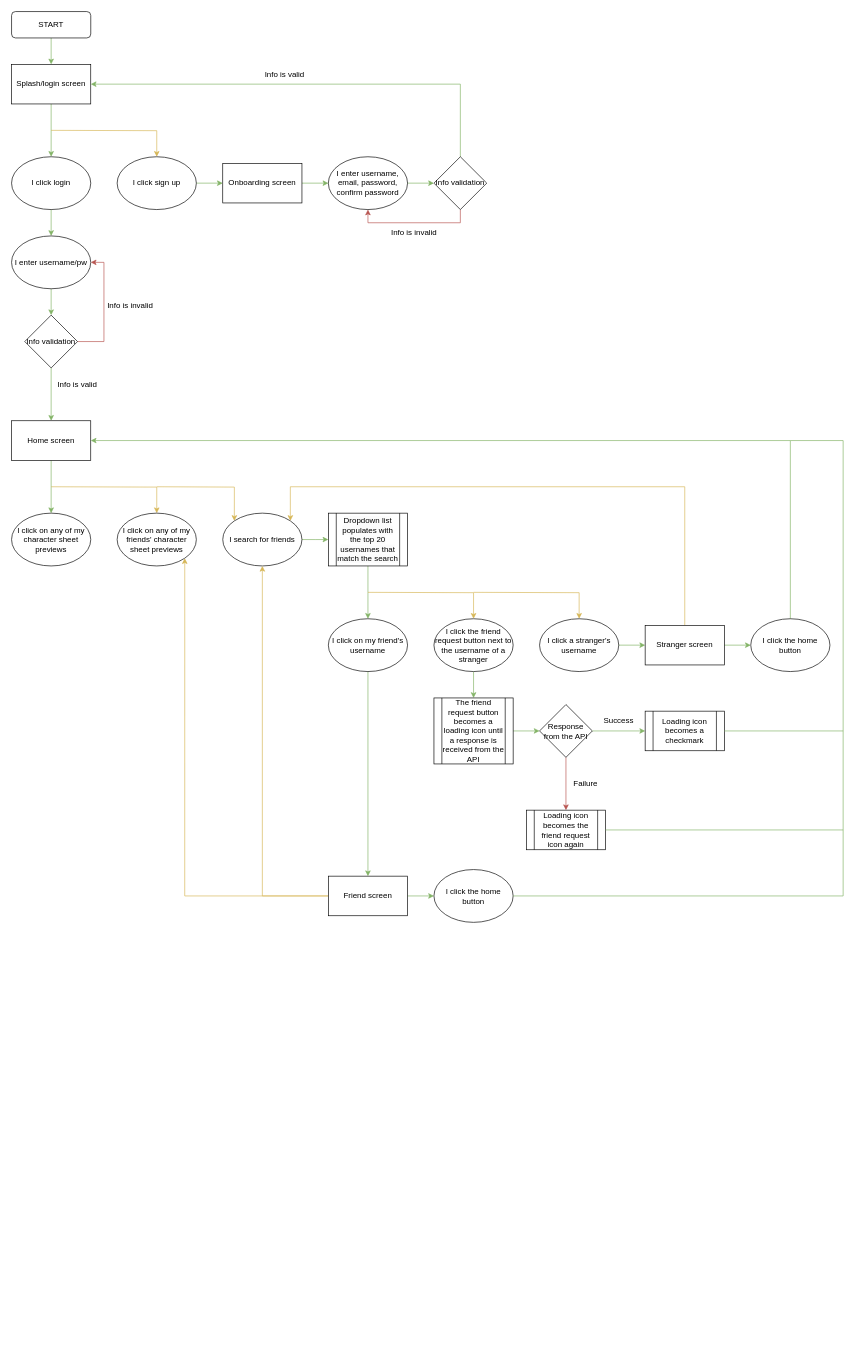
Above: Untitled Diagram.drawio in Camburgaler/dark-souls-char-sheet (draw.io), before the change. Source tidied: cells renumbered, new cells numbered last; positions are measured from the earlier drawing's top-left corner, leaving out a move shared by most shapes. Both pictures are drawn from the tidied source at 66%, with x=0, y=0 at pixel (11, 11).
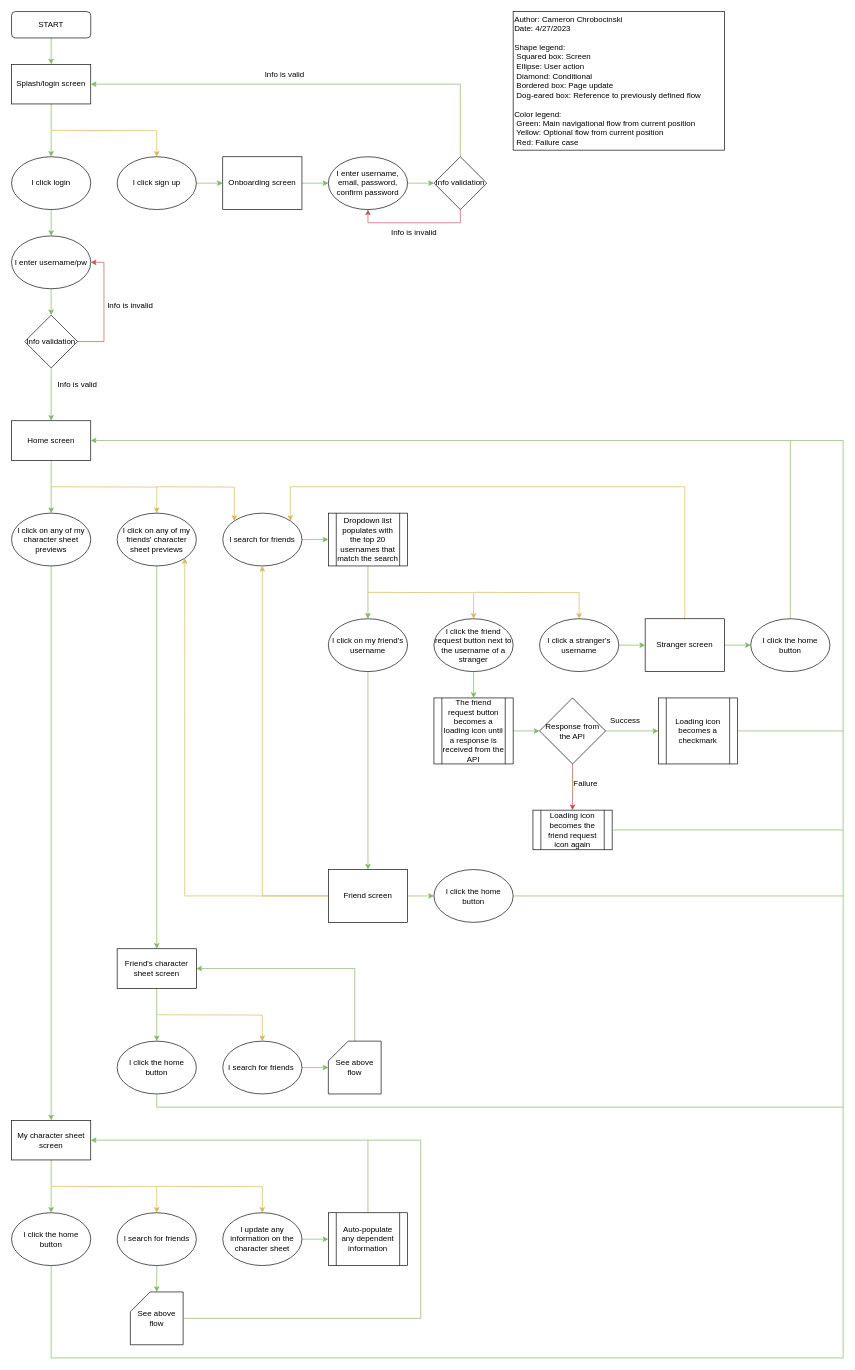
Above is the later version.

Commit message:
first draft of user flowchart done

Unchanged cells that the change refers to:
```xml
<mxCell id="26" value="I click on any of my character sheet previews" style="ellipse;whiteSpace=wrap;html=1;" parent="1" vertex="1">
  <mxGeometry y="760" width="120" height="80" as="geometry" />
</mxCell>
<mxCell id="29" value="I click on any of my friends' character sheet previews" style="ellipse;whiteSpace=wrap;html=1;" parent="1" vertex="1">
  <mxGeometry x="160" y="760" width="120" height="80" as="geometry" />
</mxCell>
```

The edit, as a diff of the source:
```diff
@@
     <mxCell id="14" value="Onboarding screen" style="rounded=0;whiteSpace=wrap;html=1;" parent="1" vertex="1">
-      <mxGeometry x="320" y="230" width="120" height="60" as="geometry" />
+      <mxGeometry x="320" y="220" width="120" height="80" as="geometry" />
     </mxCell>
@@
+    <mxCell id="67" style="edgeStyle=orthogonalEdgeStyle;rounded=0;jettySize=auto;html=1;entryX=0.5;entryY=0;entryDx=0;entryDy=0;fillColor=#d5e8d4;strokeColor=#82b366;" parent="1" edge="1" source="26" target="81">
+      <mxGeometry relative="1" as="geometry" />
+    </mxCell>
@@
+    <mxCell id="68" style="edgeStyle=orthogonalEdgeStyle;rounded=0;jettySize=auto;html=1;entryX=0.5;entryY=0;entryDx=0;entryDy=0;fillColor=#d5e8d4;strokeColor=#82b366;" parent="1" edge="1" source="29" target="71">
+      <mxGeometry relative="1" as="geometry" />
+    </mxCell>
@@
     <mxCell id="47" value="Stranger screen" style="rounded=0;whiteSpace=wrap;html=1;" parent="1" vertex="1">
-      <mxGeometry x="960" y="930" width="120" height="60" as="geometry" />
+      <mxGeometry x="960" y="920" width="120" height="80" as="geometry" />
     </mxCell>
@@
     <mxCell id="54" value="Response from the API" style="rhombus;whiteSpace=wrap;html=1;" parent="1" vertex="1">
-      <mxGeometry x="800" y="1050" width="80" height="80" as="geometry" />
+      <mxGeometry x="800" y="1040" width="100" height="100" as="geometry" />
     </mxCell>
     <mxCell id="55" value="Loading icon becomes a checkmark" style="shape=process;whiteSpace=wrap;html=1;backgroundOutline=1;" parent="1" vertex="1">
-      <mxGeometry x="960" y="1060" width="120" height="60" as="geometry" />
+      <mxGeometry x="980" y="1040" width="120" height="100" as="geometry" />
     </mxCell>
     <mxCell id="56" value="Loading icon becomes the friend request icon again" style="shape=process;whiteSpace=wrap;html=1;backgroundOutline=1;" parent="1" vertex="1">
-      <mxGeometry x="780" y="1210" width="120" height="60" as="geometry" />
+      <mxGeometry x="790" y="1210" width="120" height="60" as="geometry" />
     </mxCell>
     <mxCell id="57" value="Success" style="text;html=1;strokeColor=none;fillColor=none;align=center;verticalAlign=middle;whiteSpace=wrap;rounded=0;" parent="1" vertex="1">
-      <mxGeometry x="890" y="1060" width="60" height="30" as="geometry" />
+      <mxGeometry x="900" y="1060" width="60" height="30" as="geometry" />
     </mxCell>
@@
     <mxCell id="64" value="Friend screen" style="rounded=0;whiteSpace=wrap;html=1;" parent="1" vertex="1">
-      <mxGeometry x="480" y="1310" width="120" height="60" as="geometry" />
+      <mxGeometry x="480" y="1300" width="120" height="80" as="geometry" />
     </mxCell>
@@
+    <mxCell id="69" style="edgeStyle=orthogonalEdgeStyle;rounded=0;jettySize=auto;html=1;fillColor=#d5e8d4;strokeColor=#82b366;" parent="1" edge="1" source="71" target="72">
+      <mxGeometry relative="1" as="geometry" />
+    </mxCell>
+    <mxCell id="70" style="edgeStyle=orthogonalEdgeStyle;rounded=0;jettySize=auto;html=1;entryX=0.5;entryY=0;entryDx=0;entryDy=0;fillColor=#fff2cc;strokeColor=#d6b656;" parent="1" edge="1" target="74">
+      <mxGeometry relative="1" as="geometry">
+        <mxPoint x="220" y="1520" as="sourcePoint" />
+      </mxGeometry>
+    </mxCell>
+    <mxCell id="71" value="Friend's character sheet screen" style="rounded=0;whiteSpace=wrap;html=1;" parent="1" vertex="1">
+      <mxGeometry x="160" y="1420" width="120" height="60" as="geometry" />
+    </mxCell>
+    <mxCell id="72" value="I click the home button" style="ellipse;whiteSpace=wrap;html=1;" parent="1" vertex="1">
+      <mxGeometry x="160" y="1560" width="120" height="80" as="geometry" />
+    </mxCell>
+    <mxCell id="73" style="edgeStyle=orthogonalEdgeStyle;rounded=0;jettySize=auto;html=1;entryX=0;entryY=0.5;entryDx=0;entryDy=0;entryPerimeter=0;fillColor=#d5e8d4;strokeColor=#82b366;" parent="1" edge="1" source="74" target="76">
+      <mxGeometry relative="1" as="geometry" />
+    </mxCell>
+    <mxCell id="74" value="I search for friends&amp;nbsp;" style="ellipse;whiteSpace=wrap;html=1;" parent="1" vertex="1">
+      <mxGeometry x="320" y="1560" width="120" height="80" as="geometry" />
+    </mxCell>
+    <mxCell id="75" style="edgeStyle=orthogonalEdgeStyle;rounded=0;jettySize=auto;html=1;entryX=1;entryY=0.5;entryDx=0;entryDy=0;fillColor=#d5e8d4;strokeColor=#82b366;" parent="1" edge="1" source="76" target="71">
+      <mxGeometry relative="1" as="geometry">
+        <Array as="points">
+          <mxPoint x="520" y="1450" />
+        </Array>
+      </mxGeometry>
+    </mxCell>
+    <mxCell id="76" value="See above flow" style="shape=card;whiteSpace=wrap;html=1;" parent="1" vertex="1">
+      <mxGeometry x="480" y="1560" width="80" height="80" as="geometry" />
+    </mxCell>
+    <mxCell id="77" style="endArrow=none;html=1;rounded=0;exitX=0.5;exitY=1;exitDx=0;exitDy=0;fillColor=#d5e8d4;strokeColor=#82b366;" parent="1" edge="1" source="72">
+      <mxGeometry relative="1" as="geometry">
+        <mxPoint x="1260" y="1340" as="targetPoint" />
+        <Array as="points">
+          <mxPoint x="220" y="1660" />
+          <mxPoint x="1260" y="1660" />
+        </Array>
+      </mxGeometry>
+    </mxCell>
+    <mxCell id="78" style="edgeStyle=orthogonalEdgeStyle;rounded=0;jettySize=auto;html=1;entryX=0.5;entryY=0;entryDx=0;entryDy=0;fillColor=#d5e8d4;strokeColor=#82b366;" parent="1" edge="1" source="81" target="82">
+      <mxGeometry relative="1" as="geometry" />
+    </mxCell>
+    <mxCell id="79" style="edgeStyle=orthogonalEdgeStyle;rounded=0;jettySize=auto;html=1;fillColor=#fff2cc;strokeColor=#d6b656;" parent="1" edge="1" target="84">
+      <mxGeometry relative="1" as="geometry">
+        <mxPoint x="60" y="1780" as="sourcePoint" />
+      </mxGeometry>
+    </mxCell>
+    <mxCell id="80" style="edgeStyle=orthogonalEdgeStyle;rounded=0;jettySize=auto;html=1;entryX=0.5;entryY=0;entryDx=0;entryDy=0;fillColor=#fff2cc;strokeColor=#d6b656;" parent="1" edge="1" target="86">
+      <mxGeometry relative="1" as="geometry">
+        <mxPoint x="220" y="1780" as="sourcePoint" />
+      </mxGeometry>
+    </mxCell>
+    <mxCell id="81" value="My character sheet screen" style="rounded=0;whiteSpace=wrap;html=1;" parent="1" vertex="1">
+      <mxGeometry y="1680" width="120" height="60" as="geometry" />
+    </mxCell>
+    <mxCell id="82" value="I click the home button" style="ellipse;whiteSpace=wrap;html=1;" parent="1" vertex="1">
+      <mxGeometry y="1820" width="120" height="80" as="geometry" />
+    </mxCell>
+    <mxCell id="83" style="edgeStyle=orthogonalEdgeStyle;rounded=0;jettySize=auto;html=1;entryX=0.5;entryY=0;entryDx=0;entryDy=0;entryPerimeter=0;fillColor=#d5e8d4;strokeColor=#82b366;" parent="1" edge="1" source="84" target="89">
+      <mxGeometry relative="1" as="geometry" />
+    </mxCell>
+    <mxCell id="84" value="I search for friends" style="ellipse;whiteSpace=wrap;html=1;" parent="1" vertex="1">
+      <mxGeometry x="160" y="1820" width="120" height="80" as="geometry" />
+    </mxCell>
+    <mxCell id="85" style="edgeStyle=orthogonalEdgeStyle;rounded=0;jettySize=auto;html=1;entryX=0;entryY=0.5;entryDx=0;entryDy=0;fillColor=#d5e8d4;strokeColor=#82b366;" parent="1" edge="1" source="86" target="88">
+      <mxGeometry relative="1" as="geometry" />
+    </mxCell>
+    <mxCell id="86" value="I update any information on the character sheet" style="ellipse;whiteSpace=wrap;html=1;" parent="1" vertex="1">
+      <mxGeometry x="320" y="1820" width="120" height="80" as="geometry" />
+    </mxCell>
+    <mxCell id="87" style="edgeStyle=orthogonalEdgeStyle;rounded=0;jettySize=auto;html=1;entryX=1;entryY=0.5;entryDx=0;entryDy=0;fillColor=#d5e8d4;strokeColor=#82b366;" parent="1" edge="1" source="88" target="81">
+      <mxGeometry relative="1" as="geometry">
+        <Array as="points">
+          <mxPoint x="540" y="1710" />
+        </Array>
+      </mxGeometry>
+    </mxCell>
+    <mxCell id="88" value="Auto-populate any dependent information" style="shape=process;whiteSpace=wrap;html=1;backgroundOutline=1;" parent="1" vertex="1">
+      <mxGeometry x="480" y="1820" width="120" height="80" as="geometry" />
+    </mxCell>
+    <mxCell id="89" value="See above flow" style="shape=card;whiteSpace=wrap;html=1;" parent="1" vertex="1">
+      <mxGeometry x="180" y="1940" width="80" height="80" as="geometry" />
+    </mxCell>
+    <mxCell id="90" style="endArrow=none;html=1;rounded=0;exitX=1;exitY=0.5;exitDx=0;exitDy=0;exitPerimeter=0;fillColor=#d5e8d4;strokeColor=#82b366;" parent="1" edge="1" source="89">
+      <mxGeometry relative="1" as="geometry">
+        <mxPoint x="540" y="1710" as="targetPoint" />
+        <Array as="points">
+          <mxPoint x="620" y="1980" />
+          <mxPoint x="620" y="1710" />
+        </Array>
+      </mxGeometry>
+    </mxCell>
+    <mxCell id="91" style="endArrow=none;html=1;rounded=0;exitX=0.5;exitY=1;exitDx=0;exitDy=0;fillColor=#d5e8d4;strokeColor=#82b366;" parent="1" edge="1" source="82">
+      <mxGeometry relative="1" as="geometry">
+        <mxPoint x="1260" y="1660" as="targetPoint" />
+        <Array as="points">
+          <mxPoint x="60" y="2040" />
+          <mxPoint x="1260" y="2040" />
+        </Array>
+      </mxGeometry>
+    </mxCell>
+    <mxCell id="92" value="Author: Cameron Chrobocinski&lt;br&gt;Date: 4/27/2023&lt;br&gt;&lt;br&gt;Shape legend:&lt;br&gt;&lt;span style=&quot;white-space: pre;&quot;&gt; &lt;/span&gt;Squared box: Screen&lt;br&gt;&lt;span style=&quot;white-space: pre;&quot;&gt; &lt;/span&gt;Ellipse: User action&lt;br&gt;&lt;span style=&quot;white-space: pre;&quot;&gt; &lt;/span&gt;Diamond: Conditional&lt;br&gt;&lt;span style=&quot;white-space: pre;&quot;&gt; &lt;/span&gt;Bordered box: Page update&lt;br&gt;&lt;span style=&quot;white-space: pre;&quot;&gt; &lt;/span&gt;Dog-eared box: Reference to previously defined flow&lt;br&gt;&lt;br&gt;Color legend:&lt;br&gt;&lt;span style=&quot;white-space: pre;&quot;&gt; &lt;/span&gt;Green: Main navigational flow from current position&lt;br&gt;&lt;span style=&quot;white-space: pre;&quot;&gt; &lt;/span&gt;Yellow: Optional flow from current position&lt;br&gt;&lt;span style=&quot;white-space: pre;&quot;&gt; &lt;/span&gt;Red: Failure case" style="rounded=0;whiteSpace=wrap;html=1;align=left;" parent="1" vertex="1">
+      <mxGeometry x="760" width="320" height="210" as="geometry" />
+    </mxCell>
```
